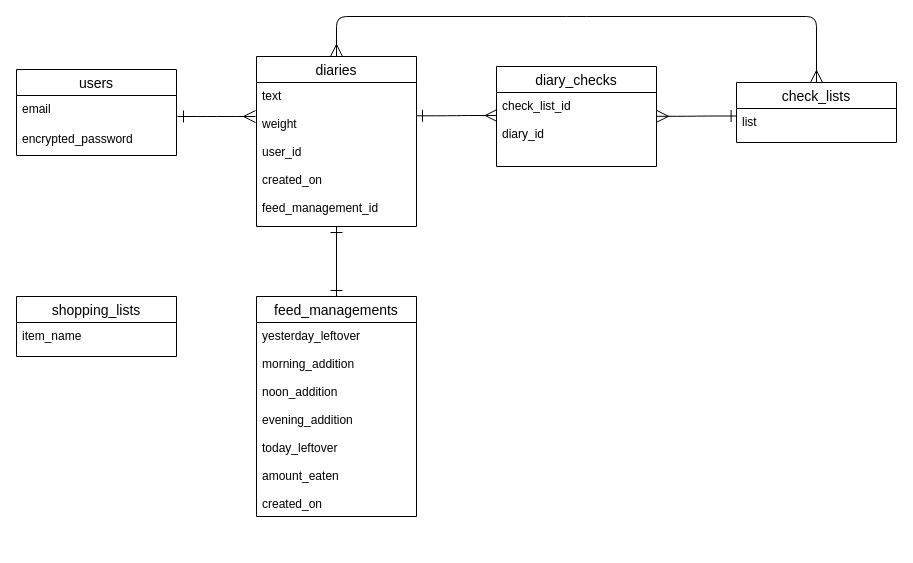
The draw.io diagram ER.dio in satoko123/diary-app, before the edit. Source tidied: cells renumbered, new cells numbered last; positions are measured from the earlier drawing's top-left corner, leaving out a move shared by most shapes. Both pictures are drawn from the tidied source at 100%, with x=0, y=0 at pixel (16, 16).
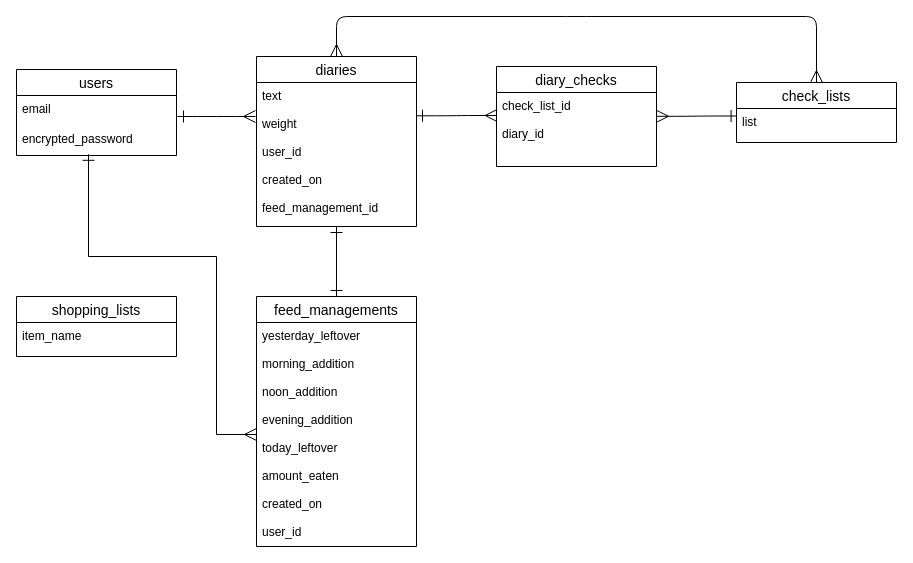
After the change.

Commit message (it also covers changes not shown here):
ER図, READMEの修正

The change refers to these unchanged cells:
```xml
<mxCell id="4" value="encrypted_password" style="text;strokeColor=none;fillColor=none;spacingLeft=4;spacingRight=4;overflow=hidden;points=[[0,0.5],[1,0.5]];portConstraint=eastwest;fontSize=12;" parent="2" vertex="1">
  <mxGeometry y="56" width="160" height="30" as="geometry" />
</mxCell>
```

Change to the diagram source:
```diff
@@
     <mxCell id="11" value="feed_managements" style="swimlane;fontStyle=0;horizontal=1;startSize=26;align=center;fontSize=14;" parent="1" vertex="1">
-      <mxGeometry x="240" y="280" width="160" height="220" as="geometry" />
+      <mxGeometry x="240" y="280" width="160" height="250" as="geometry" />
     </mxCell>
-    <mxCell id="12" value="yesterday_leftover&#10;&#10;morning_addition&#10;&#10;noon_addition&#10;&#10;evening_addition&#10;&#10;today_leftover&#10;&#10;amount_eaten&#10;&#10;created_on" style="text;strokeColor=none;fillColor=none;spacingLeft=4;spacingRight=4;overflow=hidden;points=[[0,0.5],[1,0.5]];portConstraint=eastwest;fontSize=12;" parent="11" vertex="1">
-      <mxGeometry y="26" width="160" height="194" as="geometry" />
+    <mxCell id="12" value="yesterday_leftover&#10;&#10;morning_addition&#10;&#10;noon_addition&#10;&#10;evening_addition&#10;&#10;today_leftover&#10;&#10;amount_eaten&#10;&#10;created_on&#10;&#10;user_id" style="text;strokeColor=none;fillColor=none;spacingLeft=4;spacingRight=4;overflow=hidden;points=[[0,0.5],[1,0.5]];portConstraint=eastwest;fontSize=12;" parent="11" vertex="1">
+      <mxGeometry y="26" width="160" height="224" as="geometry" />
     </mxCell>
@@
+    <mxCell id="20" style="edgeStyle=orthogonalEdgeStyle;rounded=0;jettySize=auto;html=1;exitX=0;exitY=0.5;exitDx=0;exitDy=0;entryX=0.45;entryY=0.96;entryDx=0;entryDy=0;entryPerimeter=0;startArrow=ERmany;startFill=0;endArrow=ERone;endFill=0;endSize=10;startSize=10;" parent="1" edge="1" source="12" target="4">
+      <mxGeometry relative="1" as="geometry">
+        <Array as="points">
+          <mxPoint x="200" y="418" />
+          <mxPoint x="200" y="240" />
+          <mxPoint x="72" y="240" />
+        </Array>
+      </mxGeometry>
+    </mxCell>
```
